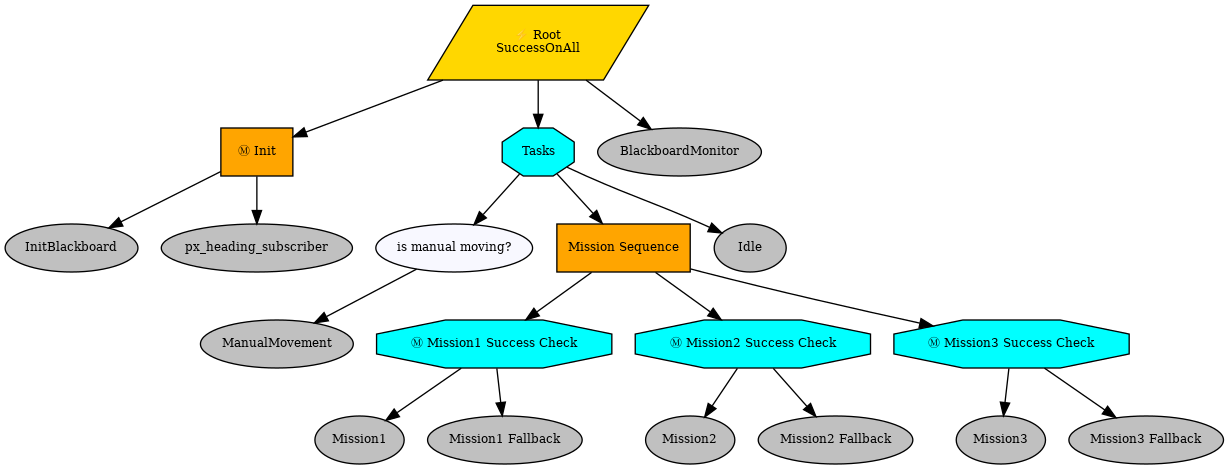
This is root.png from AMV-UI/KKI-25, a Graphviz export, as it was before one commit. Its source is kept beside it as root.dot.
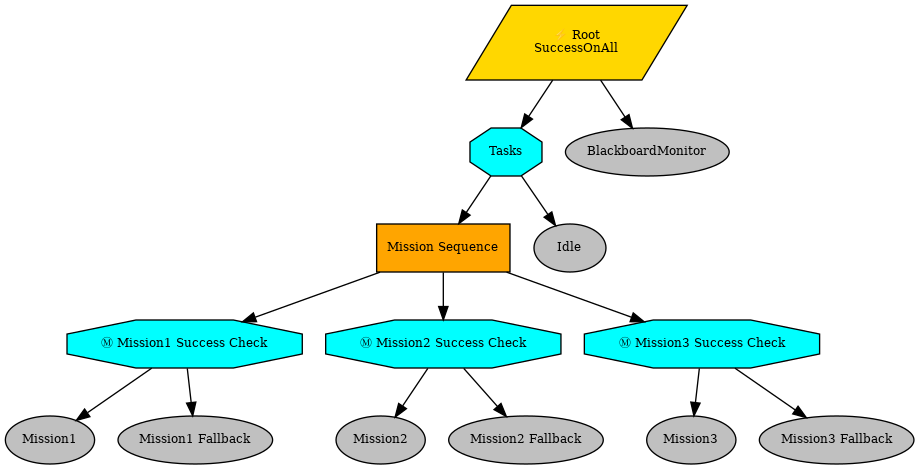
After the commit.

The edit, as a diff of the source:
```diff
@@ -4,18 +4,8 @@
 node [fontname="times-roman"];
 edge [fontname="times-roman"];
 Root [fillcolor=gold, fontcolor=black, fontsize=9, label="⚡ Root\nSuccessOnAll", shape=parallelogram, style=filled];
-Init [fillcolor=orange, fontcolor=black, fontsize=9, label="Ⓜ Init", shape=box, style=filled];
-Root -> Init;
-InitBlackboard [fillcolor=gray, fontcolor=black, fontsize=9, label=InitBlackboard, shape=ellipse, style=filled];
-Init -> InitBlackboard;
-px_heading_subscriber [fillcolor=gray, fontcolor=black, fontsize=9, label=px_heading_subscriber, shape=ellipse, style=filled];
-Init -> px_heading_subscriber;
 Tasks [fillcolor=cyan, fontcolor=black, fontsize=9, label=Tasks, shape=octagon, style=filled];
 Root -> Tasks;
-"is manual moving?" [fillcolor=ghostwhite, fontcolor=black, fontsize=9, label="is manual moving?", shape=ellipse, style=filled];
-Tasks -> "is manual moving?";
-ManualMovement [fillcolor=gray, fontcolor=black, fontsize=9, label=ManualMovement, shape=ellipse, style=filled];
-"is manual moving?" -> ManualMovement;
 "Mission Sequence" [fillcolor=orange, fontcolor=black, fontsize=9, label="Mission Sequence", shape=box, style=filled];
 Tasks -> "Mission Sequence";
 "Mission1 Success Check" [fillcolor=cyan, fontcolor=black, fontsize=9, label="Ⓜ Mission1 Success Check", shape=octagon, style=filled];
```
